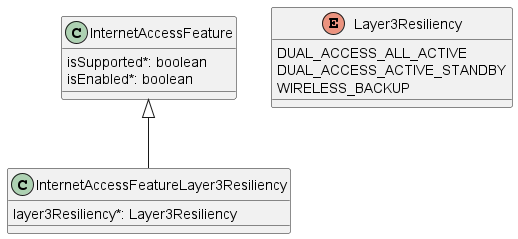
The PlantUML diagram documentation/productSchema/ip/internetAccess/MEF 139.1 resources/media/09L3Resiliency.png in MEF-GIT/MEF-LSO-Sonata-SDK, before a commit.
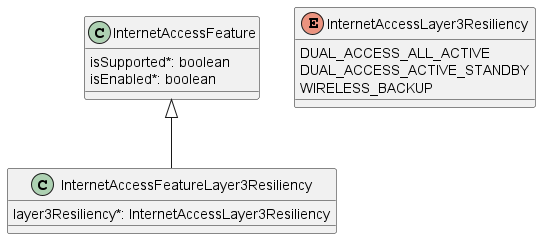
The same file after the commit.

What changed in the source:
```diff
@@ -11,12 +11,12 @@
 
 class InternetAccessFeatureLayer3Resiliency {
 
-    layer3Resiliency*: Layer3Resiliency
+    layer3Resiliency*: InternetAccessLayer3Resiliency
 }
 InternetAccessFeature <|-- InternetAccessFeatureLayer3Resiliency
 
 
-enum Layer3Resiliency {
+enum InternetAccessLayer3Resiliency {
 
     DUAL_ACCESS_ALL_ACTIVE
     DUAL_ACCESS_ACTIVE_STANDBY
```
